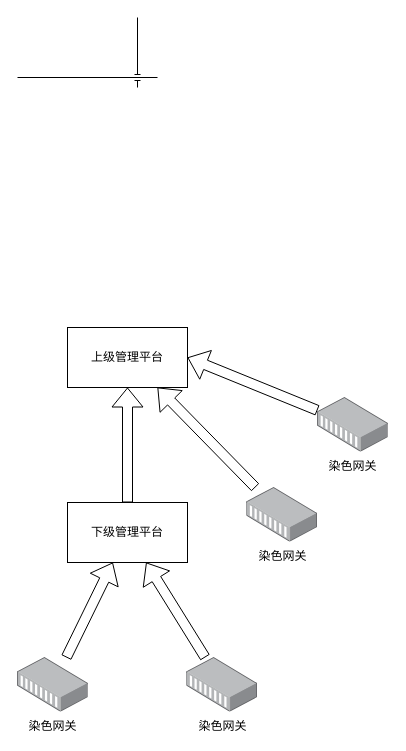
The draw.io diagram page "趋势图" (2 of 9) of 染色平台.drawio in liubocoder/diagrams, before the edit. Source tidied: cells renumbered, new cells numbered last; positions are measured from the earlier drawing's top-left corner, leaving out a move shared by most shapes. Both pictures are drawn from the tidied source at 100%, with x=0, y=0 at pixel (17, 17).
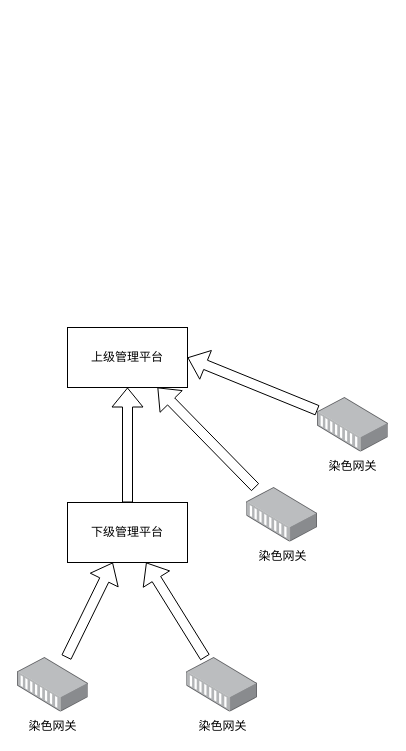
The same page after the edit.

What changed in the source:
```diff
@@
 <mxGraphModel>
   <root>
     <mxCell id="0" />
     <mxCell id="1" parent="0" />
     <mxCell id="2" value="上级管理平台" style="rounded=0;whiteSpace=wrap;html=1;" parent="1" vertex="1">
       <mxGeometry x="50" y="310" width="120" height="60" as="geometry" />
     </mxCell>
     <mxCell id="3" style="edgeStyle=none;shape=flexArrow;rounded=0;jettySize=auto;html=1;" parent="1" edge="1" source="4" target="2">
       <mxGeometry relative="1" as="geometry" />
     </mxCell>
     <mxCell id="4" value="下级管理平台" style="rounded=0;whiteSpace=wrap;html=1;" parent="1" vertex="1">
       <mxGeometry x="50" y="485" width="120" height="60" as="geometry" />
     </mxCell>
     <mxCell id="5" style="edgeStyle=none;shape=flexArrow;rounded=0;jettySize=auto;html=1;entryX=0.75;entryY=1;entryDx=0;entryDy=0;" parent="1" edge="1" source="6" target="2">
       <mxGeometry relative="1" as="geometry" />
     </mxCell>
     <mxCell id="6" value="染色网关" style="points=[];html=1;align=center;shadow=0;dashed=0;image;image=img/lib/allied_telesis/media_converters/Media_Converter_Modular.svg;" parent="1" vertex="1">
       <mxGeometry x="229.2" y="470" width="70.8" height="54.6" as="geometry" />
     </mxCell>
     <mxCell id="7" style="edgeStyle=none;shape=flexArrow;rounded=0;jettySize=auto;html=1;entryX=1;entryY=0.5;entryDx=0;entryDy=0;" parent="1" edge="1" source="8" target="2">
       <mxGeometry relative="1" as="geometry" />
     </mxCell>
     <mxCell id="8" value="染色网关" style="points=[];html=1;align=center;shadow=0;dashed=0;image;image=img/lib/allied_telesis/media_converters/Media_Converter_Modular.svg;" parent="1" vertex="1">
       <mxGeometry x="300" y="380" width="70.8" height="54.6" as="geometry" />
     </mxCell>
     <mxCell id="9" style="shape=flexArrow;rounded=0;jettySize=auto;html=1;" parent="1" edge="1" source="10" target="4">
       <mxGeometry relative="1" as="geometry" />
     </mxCell>
     <mxCell id="10" value="染色网关" style="points=[];html=1;align=center;shadow=0;dashed=0;image;image=img/lib/allied_telesis/media_converters/Media_Converter_Modular.svg;" parent="1" vertex="1">
       <mxGeometry y="640" width="70.8" height="54.6" as="geometry" />
     </mxCell>
     <mxCell id="11" style="edgeStyle=none;shape=flexArrow;rounded=0;jettySize=auto;html=1;" parent="1" edge="1" source="12" target="4">
       <mxGeometry relative="1" as="geometry" />
     </mxCell>
     <mxCell id="12" value="染色网关" style="points=[];html=1;align=center;shadow=0;dashed=0;image;image=img/lib/allied_telesis/media_converters/Media_Converter_Modular.svg;" parent="1" vertex="1">
       <mxGeometry x="169.2" y="640" width="70.8" height="54.6" as="geometry" />
     </mxCell>
-    <mxCell id="13" style="endArrow=none;html=1;rounded=0;jumpStyle=sharp;" parent="1" edge="1">
-      <mxGeometry relative="1" as="geometry">
-        <mxPoint y="60" as="sourcePoint" />
-        <mxPoint x="140" y="60" as="targetPoint" />
-      </mxGeometry>
-    </mxCell>
-    <mxCell id="14" style="endArrow=none;html=1;rounded=0;jumpStyle=line;" parent="1" edge="1">
-      <mxGeometry relative="1" as="geometry">
-        <mxPoint x="120" y="70" as="sourcePoint" />
-        <mxPoint x="120" as="targetPoint" />
-      </mxGeometry>
-    </mxCell>
   </root>
 </mxGraphModel>
```
